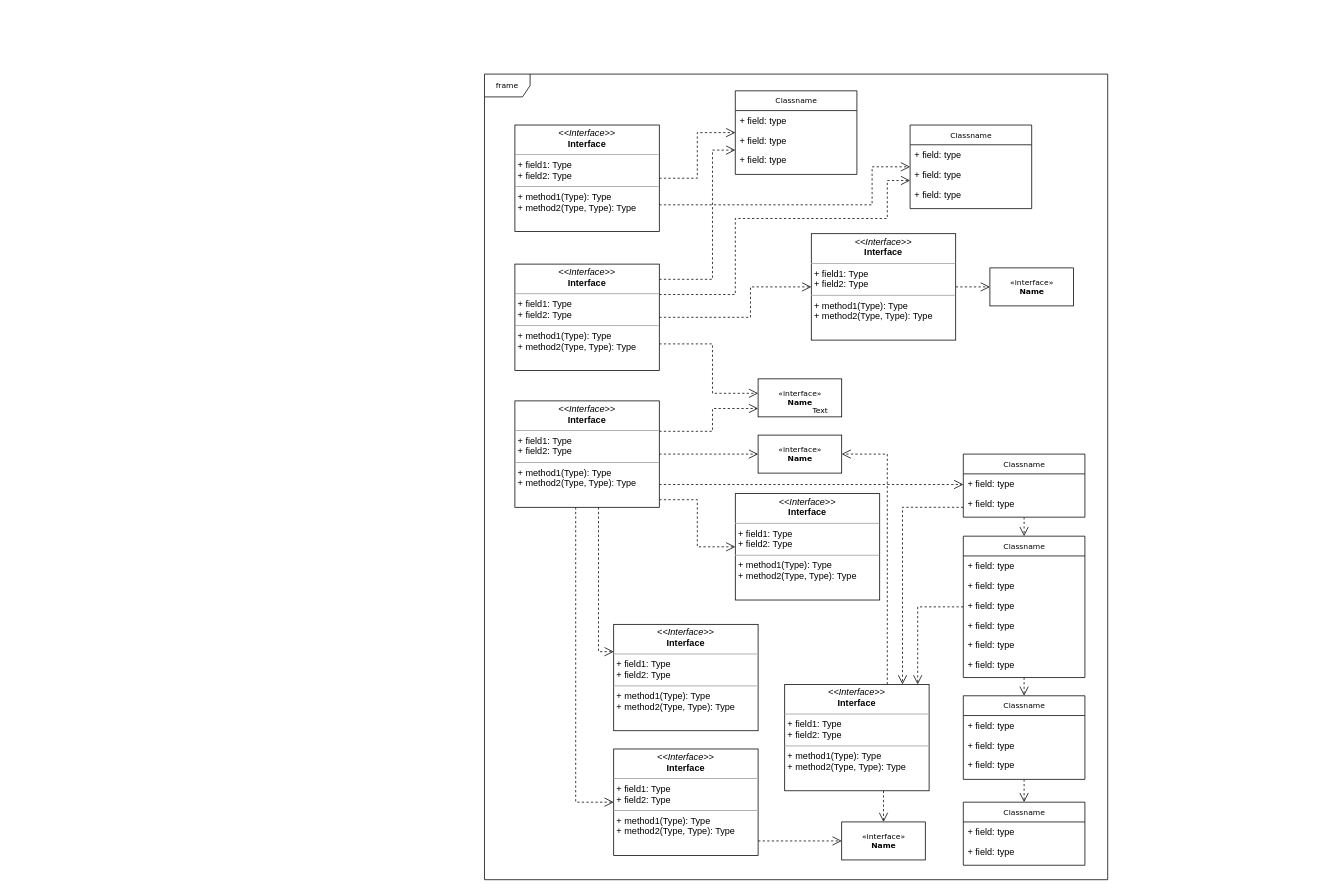
Earlier version of the draw.io diagram SCBNacha.drawio (shannuvijaya/BADM). Source tidied: cells renumbered, new cells numbered last; positions are measured from the earlier drawing's top-left corner, leaving out a move shared by most shapes. Both pictures are drawn from the tidied source at 76%, with x=0, y=0 at pixel (484, 74).
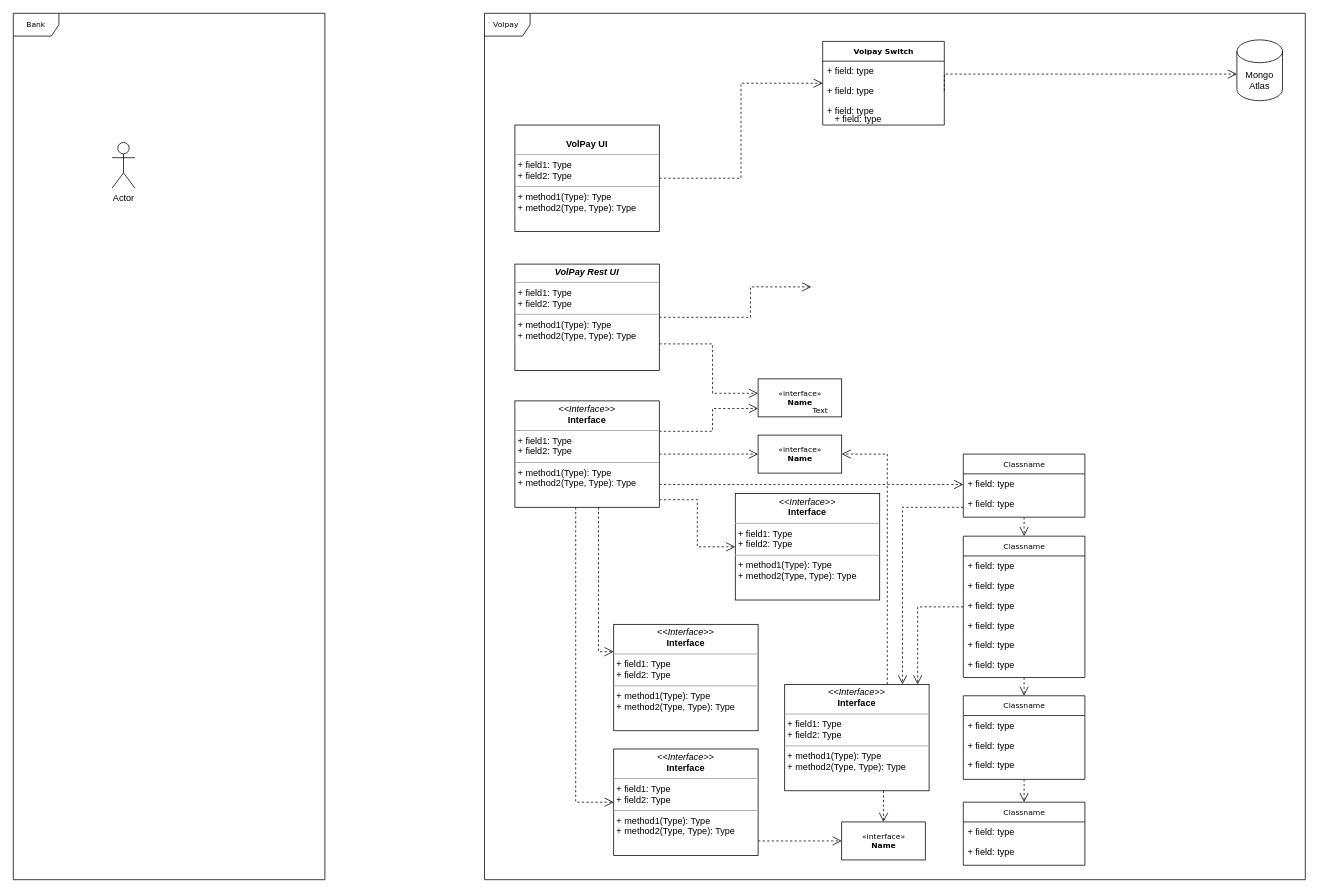
Above is the later version.

The change refers to these unchanged cells:
```xml
<mxCell id="14" value="+ field: type" style="text;html=1;strokeColor=none;fillColor=none;align=left;verticalAlign=top;spacingLeft=4;spacingRight=4;whiteSpace=wrap;overflow=hidden;points=[[0,0.5],[1,0.5]];portConstraint=eastwest;" parent="12" vertex="1">
  <mxGeometry y="52" width="160" height="26" as="geometry" />
</mxCell>
```

Diff of the diagram source:
```diff
@@
-    <mxCell id="2" value="frame" style="shape=umlFrame;whiteSpace=wrap;html=1;rounded=0;shadow=0;comic=0;labelBackgroundColor=none;strokeWidth=1;fontFamily=Verdana;fontSize=10;align=center;" parent="1" vertex="1">
-      <mxGeometry width="820" height="1060" as="geometry" />
+    <mxCell id="2" value="Volpay&amp;nbsp;" style="shape=umlFrame;whiteSpace=wrap;html=1;rounded=0;shadow=0;comic=0;labelBackgroundColor=none;strokeWidth=1;fontFamily=Verdana;fontSize=10;align=center;" parent="1" vertex="1">
+      <mxGeometry y="-80" width="1080" height="1140" as="geometry" />
     </mxCell>
@@
-    <mxCell id="12" value="Classname" style="swimlane;html=1;fontStyle=0;horizontal=1;startSize=26;fillColor=none;swimlaneFillColor=#ffffff;rounded=0;shadow=0;comic=0;labelBackgroundColor=none;strokeWidth=1;fontFamily=Verdana;fontSize=10;align=center;" parent="1" vertex="1">
-      <mxGeometry x="330" y="22" width="160" height="110" as="geometry" />
+    <mxCell id="12" value="&lt;b&gt;Volpay Switch&lt;/b&gt;" style="swimlane;html=1;fontStyle=0;horizontal=1;startSize=26;fillColor=none;swimlaneFillColor=#ffffff;rounded=0;shadow=0;comic=0;labelBackgroundColor=none;strokeWidth=1;fontFamily=Verdana;fontSize=10;align=center;" parent="1" vertex="1">
+      <mxGeometry x="445" y="-43" width="160" height="110" as="geometry" />
     </mxCell>
@@
-    <mxCell id="16" value="Classname" style="swimlane;html=1;fontStyle=0;horizontal=1;startSize=26;fillColor=none;swimlaneFillColor=#ffffff;rounded=0;shadow=0;comic=0;labelBackgroundColor=none;strokeWidth=1;fontFamily=Verdana;fontSize=10;align=center;" parent="1" vertex="1">
-      <mxGeometry x="560" y="67" width="160" height="110" as="geometry" />
-    </mxCell>
-    <mxCell id="17" value="+ field: type" style="text;html=1;strokeColor=none;fillColor=none;align=left;verticalAlign=top;spacingLeft=4;spacingRight=4;whiteSpace=wrap;overflow=hidden;" parent="16" vertex="1">
-      <mxGeometry y="26" width="160" height="26" as="geometry" />
-    </mxCell>
-    <mxCell id="18" value="+ field: type" style="text;html=1;strokeColor=none;fillColor=none;align=left;verticalAlign=top;spacingLeft=4;spacingRight=4;whiteSpace=wrap;overflow=hidden;" parent="16" vertex="1">
-      <mxGeometry y="52" width="160" height="26" as="geometry" />
-    </mxCell>
-    <mxCell id="19" value="+ field: type" style="text;html=1;strokeColor=none;fillColor=none;align=left;verticalAlign=top;spacingLeft=4;spacingRight=4;whiteSpace=wrap;overflow=hidden;" parent="16" vertex="1">
-      <mxGeometry y="78" width="160" height="26" as="geometry" />
-    </mxCell>
@@
-    <mxCell id="42" style="edgeStyle=orthogonalEdgeStyle;rounded=0;html=1;dashed=1;labelBackgroundColor=none;startFill=0;endArrow=open;endFill=0;endSize=10;fontFamily=Verdana;fontSize=10;" parent="1" edge="1" source="43" target="45">
-      <mxGeometry relative="1" as="geometry" />
-    </mxCell>
-    <mxCell id="43" value="&lt;p style=&quot;margin:0px;margin-top:4px;text-align:center;&quot;&gt;&lt;i&gt;&amp;lt;&amp;lt;Interface&amp;gt;&amp;gt;&lt;/i&gt;&lt;br/&gt;&lt;b&gt;Interface&lt;/b&gt;&lt;/p&gt;&lt;hr size=&quot;1&quot;/&gt;&lt;p style=&quot;margin:0px;margin-left:4px;&quot;&gt;+ field1: Type&lt;br/&gt;+ field2: Type&lt;/p&gt;&lt;hr size=&quot;1&quot;/&gt;&lt;p style=&quot;margin:0px;margin-left:4px;&quot;&gt;+ method1(Type): Type&lt;br/&gt;+ method2(Type, Type): Type&lt;/p&gt;" style="verticalAlign=top;align=left;overflow=fill;fontSize=12;fontFamily=Helvetica;html=1;rounded=0;shadow=0;comic=0;labelBackgroundColor=none;strokeWidth=1;" parent="1" vertex="1">
-      <mxGeometry x="430" y="210" width="190" height="140" as="geometry" />
-    </mxCell>
@@
-    <mxCell id="45" value="&amp;laquo;interface&amp;raquo;&lt;br&gt;&lt;b&gt;Name&lt;/b&gt;" style="html=1;rounded=0;shadow=0;comic=0;labelBackgroundColor=none;strokeWidth=1;fontFamily=Verdana;fontSize=10;align=center;" parent="1" vertex="1">
-      <mxGeometry x="665" y="255" width="110" height="50" as="geometry" />
-    </mxCell>
@@
-    <mxCell id="47" style="edgeStyle=orthogonalEdgeStyle;rounded=0;html=1;exitX=1;exitY=0.75;dashed=1;labelBackgroundColor=none;startFill=0;endArrow=open;endFill=0;endSize=10;fontFamily=Verdana;fontSize=10;" parent="1" edge="1" source="48" target="16">
-      <mxGeometry relative="1" as="geometry">
-        <Array as="points">
-          <mxPoint x="510" y="172" />
-          <mxPoint x="510" y="122" />
-        </Array>
-      </mxGeometry>
-    </mxCell>
-    <mxCell id="48" value="&lt;p style=&quot;margin:0px;margin-top:4px;text-align:center;&quot;&gt;&lt;i&gt;&amp;lt;&amp;lt;Interface&amp;gt;&amp;gt;&lt;/i&gt;&lt;br/&gt;&lt;b&gt;Interface&lt;/b&gt;&lt;/p&gt;&lt;hr size=&quot;1&quot;/&gt;&lt;p style=&quot;margin:0px;margin-left:4px;&quot;&gt;+ field1: Type&lt;br/&gt;+ field2: Type&lt;/p&gt;&lt;hr size=&quot;1&quot;/&gt;&lt;p style=&quot;margin:0px;margin-left:4px;&quot;&gt;+ method1(Type): Type&lt;br/&gt;+ method2(Type, Type): Type&lt;/p&gt;" style="verticalAlign=top;align=left;overflow=fill;fontSize=12;fontFamily=Helvetica;html=1;rounded=0;shadow=0;comic=0;labelBackgroundColor=none;strokeWidth=1;" parent="1" vertex="1">
+    <mxCell id="48" value="&lt;p style=&quot;margin:0px;margin-top:4px;text-align:center;&quot;&gt;&lt;br&gt;&lt;b&gt;VolPay UI&lt;/b&gt;&lt;/p&gt;&lt;hr size=&quot;1&quot;&gt;&lt;p style=&quot;margin:0px;margin-left:4px;&quot;&gt;+ field1: Type&lt;br&gt;+ field2: Type&lt;/p&gt;&lt;hr size=&quot;1&quot;&gt;&lt;p style=&quot;margin:0px;margin-left:4px;&quot;&gt;+ method1(Type): Type&lt;br&gt;+ method2(Type, Type): Type&lt;/p&gt;" style="verticalAlign=top;align=left;overflow=fill;fontSize=12;fontFamily=Helvetica;html=1;rounded=0;shadow=0;comic=0;labelBackgroundColor=none;strokeWidth=1;" parent="1" vertex="1">
       <mxGeometry x="40" y="67" width="190" height="140" as="geometry" />
     </mxCell>
-    <mxCell id="49" style="edgeStyle=orthogonalEdgeStyle;rounded=0;html=1;dashed=1;labelBackgroundColor=none;startFill=0;endArrow=open;endFill=0;endSize=10;fontFamily=Verdana;fontSize=10;" parent="1" edge="1" source="53" target="12">
-      <mxGeometry relative="1" as="geometry">
-        <Array as="points">
-          <mxPoint x="300" y="270" />
-          <mxPoint x="300" y="100" />
-        </Array>
-      </mxGeometry>
-    </mxCell>
-    <mxCell id="50" style="edgeStyle=orthogonalEdgeStyle;rounded=0;html=1;dashed=1;labelBackgroundColor=none;startFill=0;endArrow=open;endFill=0;endSize=10;fontFamily=Verdana;fontSize=10;" parent="1" edge="1" source="53" target="16">
-      <mxGeometry relative="1" as="geometry">
-        <Array as="points">
-          <mxPoint x="330" y="290" />
-          <mxPoint x="330" y="190" />
-          <mxPoint x="530" y="190" />
-          <mxPoint x="530" y="140" />
-        </Array>
-      </mxGeometry>
-    </mxCell>
-    <mxCell id="51" style="edgeStyle=orthogonalEdgeStyle;rounded=0;html=1;dashed=1;labelBackgroundColor=none;startFill=0;endArrow=open;endFill=0;endSize=10;fontFamily=Verdana;fontSize=10;" parent="1" edge="1" source="53" target="43">
+    <mxCell id="51" style="edgeStyle=orthogonalEdgeStyle;rounded=0;html=1;dashed=1;labelBackgroundColor=none;startFill=0;endArrow=open;endFill=0;endSize=10;fontFamily=Verdana;fontSize=10;" parent="1" edge="1" source="53">
       <mxGeometry relative="1" as="geometry">
+        <mxPoint x="430" y="280" as="targetPoint" />
         <Array as="points">
           <mxPoint x="350" y="320" />
           <mxPoint x="350" y="280" />
         </Array>
       </mxGeometry>
     </mxCell>
@@
-    <mxCell id="53" value="&lt;p style=&quot;margin:0px;margin-top:4px;text-align:center;&quot;&gt;&lt;i&gt;&amp;lt;&amp;lt;Interface&amp;gt;&amp;gt;&lt;/i&gt;&lt;br/&gt;&lt;b&gt;Interface&lt;/b&gt;&lt;/p&gt;&lt;hr size=&quot;1&quot;/&gt;&lt;p style=&quot;margin:0px;margin-left:4px;&quot;&gt;+ field1: Type&lt;br/&gt;+ field2: Type&lt;/p&gt;&lt;hr size=&quot;1&quot;/&gt;&lt;p style=&quot;margin:0px;margin-left:4px;&quot;&gt;+ method1(Type): Type&lt;br/&gt;+ method2(Type, Type): Type&lt;/p&gt;" style="verticalAlign=top;align=left;overflow=fill;fontSize=12;fontFamily=Helvetica;html=1;rounded=0;shadow=0;comic=0;labelBackgroundColor=none;strokeWidth=1;" parent="1" vertex="1">
+    <mxCell id="53" value="&lt;p style=&quot;margin:0px;margin-top:4px;text-align:center;&quot;&gt;&lt;i&gt;&lt;b&gt;VolPay Rest UI&lt;/b&gt;&lt;/i&gt;&lt;/p&gt;&lt;hr size=&quot;1&quot;&gt;&lt;p style=&quot;margin:0px;margin-left:4px;&quot;&gt;+ field1: Type&lt;br&gt;+ field2: Type&lt;/p&gt;&lt;hr size=&quot;1&quot;&gt;&lt;p style=&quot;margin:0px;margin-left:4px;&quot;&gt;+ method1(Type): Type&lt;br&gt;+ method2(Type, Type): Type&lt;/p&gt;" style="verticalAlign=top;align=left;overflow=fill;fontSize=12;fontFamily=Helvetica;html=1;rounded=0;shadow=0;comic=0;labelBackgroundColor=none;strokeWidth=1;" parent="1" vertex="1">
       <mxGeometry x="40" y="250" width="190" height="140" as="geometry" />
     </mxCell>
@@
+    <mxCell id="62" value="Mongo Atlas" style="shape=cylinder3;whiteSpace=wrap;html=1;boundedLbl=1;backgroundOutline=1;size=15;" parent="1" vertex="1">
+      <mxGeometry x="990" y="-45" width="60" height="80" as="geometry" />
+    </mxCell>
+    <mxCell id="63" style="edgeStyle=orthogonalEdgeStyle;rounded=0;html=1;labelBackgroundColor=none;startFill=0;endArrow=open;endFill=0;endSize=10;fontFamily=Verdana;fontSize=10;dashed=1;exitX=1;exitY=0.5;exitDx=0;exitDy=0;" parent="1" edge="1" source="14" target="62">
+      <mxGeometry relative="1" as="geometry">
+        <Array as="points">
+          <mxPoint x="605" />
+        </Array>
+      </mxGeometry>
+    </mxCell>
+    <mxCell id="64" value="+ field: type" style="text;html=1;strokeColor=none;fillColor=none;align=left;verticalAlign=top;spacingLeft=4;spacingRight=4;whiteSpace=wrap;overflow=hidden;" parent="1" vertex="1">
+      <mxGeometry x="455" y="45" width="160" height="26" as="geometry" />
+    </mxCell>
+    <mxCell id="65" value="Actor" style="shape=umlActor;verticalLabelPosition=bottom;verticalAlign=top;html=1;" parent="1" vertex="1">
+      <mxGeometry x="-490" y="90" width="30" height="60" as="geometry" />
+    </mxCell>
+    <mxCell id="66" value="Bank" style="shape=umlFrame;whiteSpace=wrap;html=1;rounded=0;shadow=0;comic=0;labelBackgroundColor=none;strokeWidth=1;fontFamily=Verdana;fontSize=10;align=center;" parent="1" vertex="1">
+      <mxGeometry x="-620" y="-80" width="410" height="1140" as="geometry" />
+    </mxCell>
```
